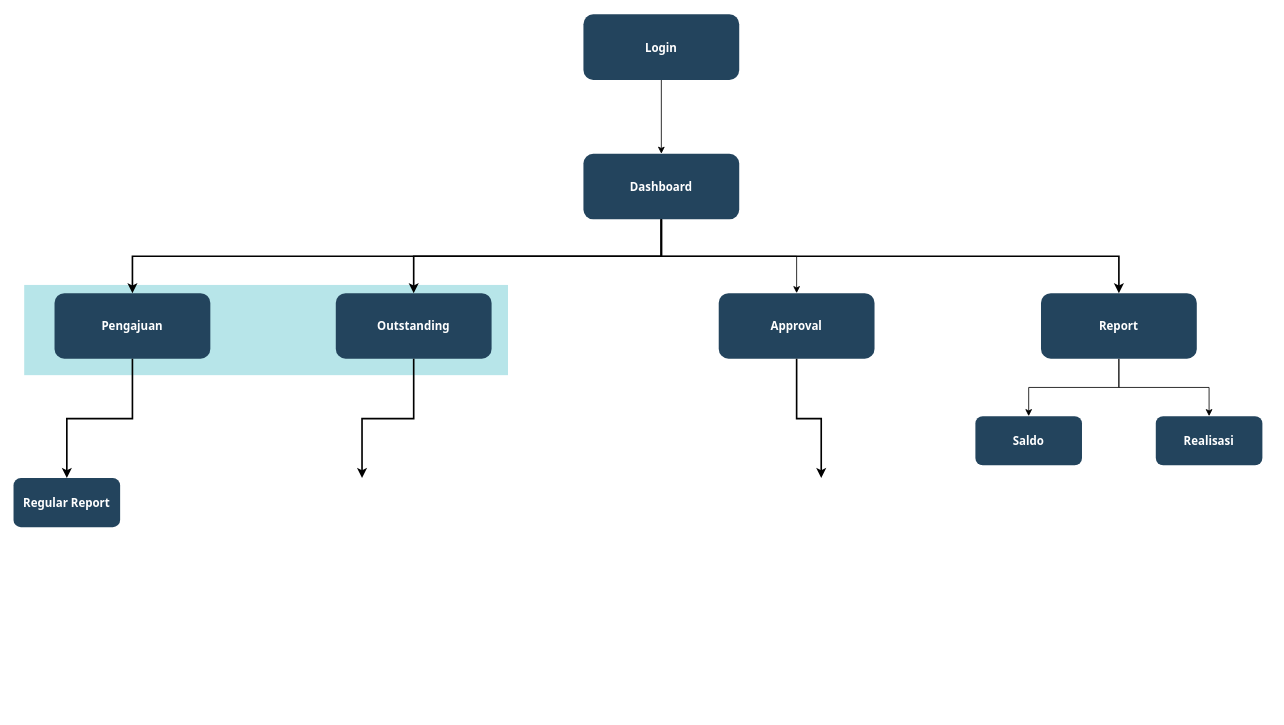
The draw.io diagram Sitemap-PieMeS.drawio in muhamadfarkhan/system-analyst, before the edit. Source tidied: cells renumbered, new cells numbered last; positions are measured from the earlier drawing's top-left corner, leaving out a move shared by most shapes. Both pictures are drawn from the tidied source at 82%, with x=0, y=0 at pixel (13, 14).
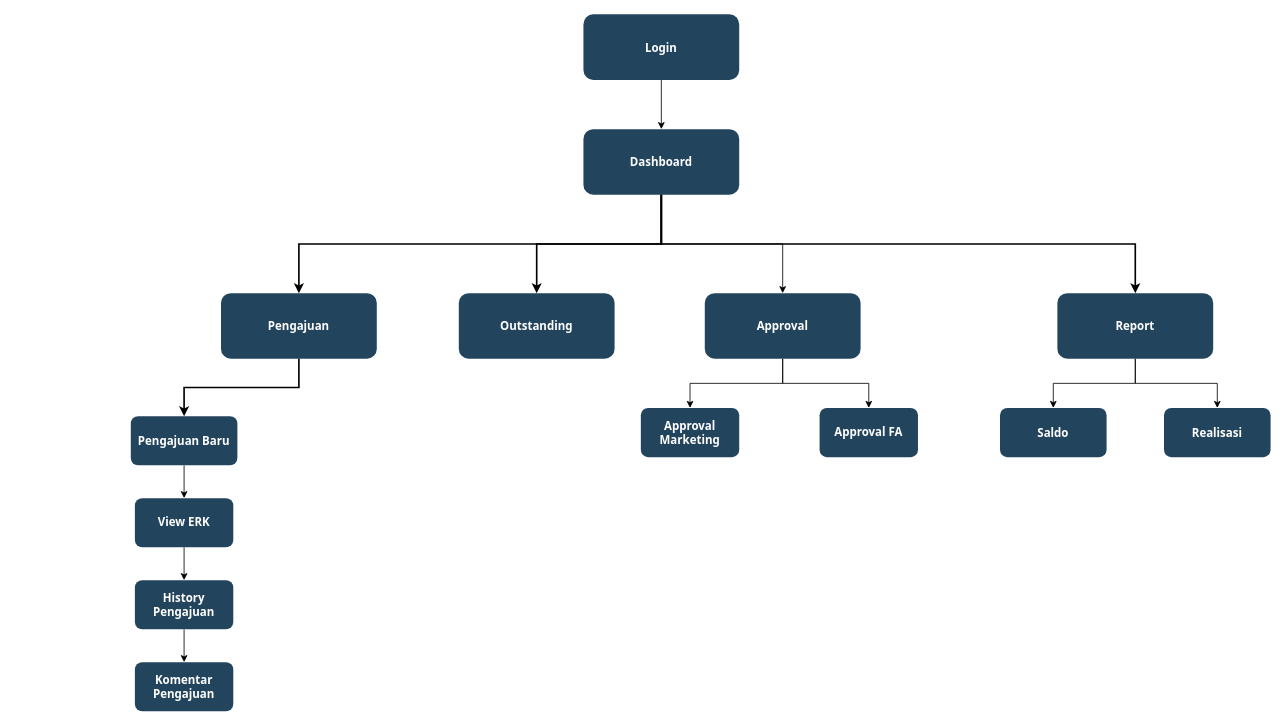
Above is the later version.

The edit, as a diff of the source:
```diff
@@
-    <mxCell id="2" style="fillColor=#12AAB5;strokeColor=none;opacity=30;" parent="1" vertex="1">
-      <mxGeometry x="13" y="330" width="590" height="110" as="geometry" />
-    </mxCell>
@@
     <mxCell id="4" value="Dashboard" style="rounded=1;fillColor=#23445D;gradientColor=none;strokeColor=none;fontColor=#FFFFFF;fontStyle=1;fontFamily=Tahoma;fontSize=14;" parent="1" vertex="1">
-      <mxGeometry x="695" y="170" width="190" height="80" as="geometry" />
+      <mxGeometry x="695" y="140" width="190" height="80" as="geometry" />
     </mxCell>
@@
     <mxCell id="7" value="Report" style="rounded=1;fillColor=#23445D;gradientColor=none;strokeColor=none;fontColor=#FFFFFF;fontStyle=1;fontFamily=Tahoma;fontSize=14;" parent="1" vertex="1">
-      <mxGeometry x="1253" y="340" width="190" height="80" as="geometry" />
+      <mxGeometry x="1273" y="340" width="190" height="80" as="geometry" />
     </mxCell>
@@
+    <mxCell id="22" style="edgeStyle=orthogonalEdgeStyle;rounded=0;jettySize=auto;html=1;" parent="1" edge="1" source="9" target="30">
+      <mxGeometry relative="1" as="geometry" />
+    </mxCell>
+    <mxCell id="23" style="edgeStyle=orthogonalEdgeStyle;rounded=0;jettySize=auto;html=1;" parent="1" edge="1" source="9" target="31">
+      <mxGeometry relative="1" as="geometry" />
+    </mxCell>
     <mxCell id="9" value="Approval" style="rounded=1;fillColor=#23445D;gradientColor=none;strokeColor=none;fontColor=#FFFFFF;fontStyle=1;fontFamily=Tahoma;fontSize=14;" parent="1" vertex="1">
-      <mxGeometry x="860" y="340" width="190" height="80" as="geometry" />
+      <mxGeometry x="843" y="340" width="190" height="80" as="geometry" />
     </mxCell>
     <mxCell id="10" value="Outstanding" style="rounded=1;fillColor=#23445D;gradientColor=none;strokeColor=none;fontColor=#FFFFFF;fontStyle=1;fontFamily=Tahoma;fontSize=14;" parent="1" vertex="1">
-      <mxGeometry x="393" y="340" width="190" height="80" as="geometry" />
+      <mxGeometry x="543" y="340" width="190" height="80" as="geometry" />
     </mxCell>
     <mxCell id="11" value="Pengajuan" style="rounded=1;fillColor=#23445D;gradientColor=none;strokeColor=none;fontColor=#FFFFFF;fontStyle=1;fontFamily=Tahoma;fontSize=14;" parent="1" vertex="1">
-      <mxGeometry x="50" y="340" width="190" height="80" as="geometry" />
+      <mxGeometry x="253" y="340" width="190" height="80" as="geometry" />
     </mxCell>
+    <mxCell id="24" style="edgeStyle=orthogonalEdgeStyle;rounded=0;jettySize=auto;html=1;" parent="1" edge="1" source="12" target="26">
+      <mxGeometry relative="1" as="geometry" />
+    </mxCell>
-    <mxCell id="12" value="Regular Report" style="rounded=1;fillColor=#23445D;gradientColor=none;strokeColor=none;fontColor=#FFFFFF;fontStyle=1;fontFamily=Tahoma;fontSize=14;" parent="1" vertex="1">
-      <mxGeometry y="565.5" width="130" height="60" as="geometry" />
+    <mxCell id="12" value="Pengajuan Baru" style="rounded=1;fillColor=#23445D;gradientColor=none;strokeColor=none;fontColor=#FFFFFF;fontStyle=1;fontFamily=Tahoma;fontSize=14;" parent="1" vertex="1">
+      <mxGeometry x="143" y="490" width="130" height="60" as="geometry" />
     </mxCell>
     <mxCell id="13" value="Saldo" style="rounded=1;fillColor=#23445D;gradientColor=none;strokeColor=none;fontColor=#FFFFFF;fontStyle=1;fontFamily=Tahoma;fontSize=14;" parent="1" vertex="1">
-      <mxGeometry x="1173" y="490" width="130" height="60" as="geometry" />
+      <mxGeometry x="1203" y="480" width="130" height="60" as="geometry" />
     </mxCell>
     <mxCell id="14" value="Realisasi" style="rounded=1;fillColor=#23445D;gradientColor=none;strokeColor=none;fontColor=#FFFFFF;fontStyle=1;fontFamily=Tahoma;fontSize=14;" parent="1" vertex="1">
-      <mxGeometry x="1393" y="490" width="130" height="60" as="geometry" />
+      <mxGeometry x="1403" y="480" width="130" height="60" as="geometry" />
     </mxCell>
@@
-    <mxCell id="18" style="edgeStyle=elbowEdgeStyle;elbow=vertical;strokeWidth=2;rounded=0;" parent="1" edge="1" source="10">
-      <mxGeometry x="-23" y="135.5" as="geometry">
-        <mxPoint x="425" y="565.5" as="targetPoint" />
-      </mxGeometry>
-    </mxCell>
-    <mxCell id="19" style="edgeStyle=elbowEdgeStyle;elbow=vertical;strokeWidth=2;rounded=0;" parent="1" edge="1" source="9">
-      <mxGeometry x="-23" y="135.5" as="geometry">
-        <mxPoint x="985" y="565.5" as="targetPoint" />
-      </mxGeometry>
-    </mxCell>
@@
+    <mxCell id="25" style="edgeStyle=orthogonalEdgeStyle;rounded=0;jettySize=auto;html=1;" parent="1" edge="1" source="26" target="28">
+      <mxGeometry relative="1" as="geometry" />
+    </mxCell>
+    <mxCell id="26" value="View ERK" style="whiteSpace=wrap;html=1;fontSize=14;fontFamily=Tahoma;fillColor=#23445D;strokeColor=none;fontColor=#FFFFFF;rounded=1;gradientColor=none;fontStyle=1;" parent="1" vertex="1">
+      <mxGeometry x="148" y="590" width="120" height="60" as="geometry" />
+    </mxCell>
+    <mxCell id="27" style="edgeStyle=orthogonalEdgeStyle;rounded=0;jettySize=auto;html=1;" parent="1" edge="1" source="28" target="29">
+      <mxGeometry relative="1" as="geometry" />
+    </mxCell>
+    <mxCell id="28" value="History Pengajuan" style="whiteSpace=wrap;html=1;fontSize=14;fontFamily=Tahoma;fillColor=#23445D;strokeColor=none;fontColor=#FFFFFF;rounded=1;gradientColor=none;fontStyle=1;" parent="1" vertex="1">
+      <mxGeometry x="148" y="690" width="120" height="60" as="geometry" />
+    </mxCell>
+    <mxCell id="29" value="Komentar Pengajuan" style="whiteSpace=wrap;html=1;fontSize=14;fontFamily=Tahoma;fillColor=#23445D;strokeColor=none;fontColor=#FFFFFF;rounded=1;gradientColor=none;fontStyle=1;" parent="1" vertex="1">
+      <mxGeometry x="148" y="790" width="120" height="60" as="geometry" />
+    </mxCell>
+    <mxCell id="30" value="Approval Marketing" style="whiteSpace=wrap;html=1;fontSize=14;fontFamily=Tahoma;fillColor=#23445D;strokeColor=none;fontColor=#FFFFFF;rounded=1;gradientColor=none;fontStyle=1;" parent="1" vertex="1">
+      <mxGeometry x="765" y="480" width="120" height="60" as="geometry" />
+    </mxCell>
+    <mxCell id="31" value="Approval FA" style="whiteSpace=wrap;html=1;fontSize=14;fontFamily=Tahoma;fillColor=#23445D;strokeColor=none;fontColor=#FFFFFF;rounded=1;gradientColor=none;fontStyle=1;" parent="1" vertex="1">
+      <mxGeometry x="983" y="480" width="120" height="60" as="geometry" />
+    </mxCell>
```
